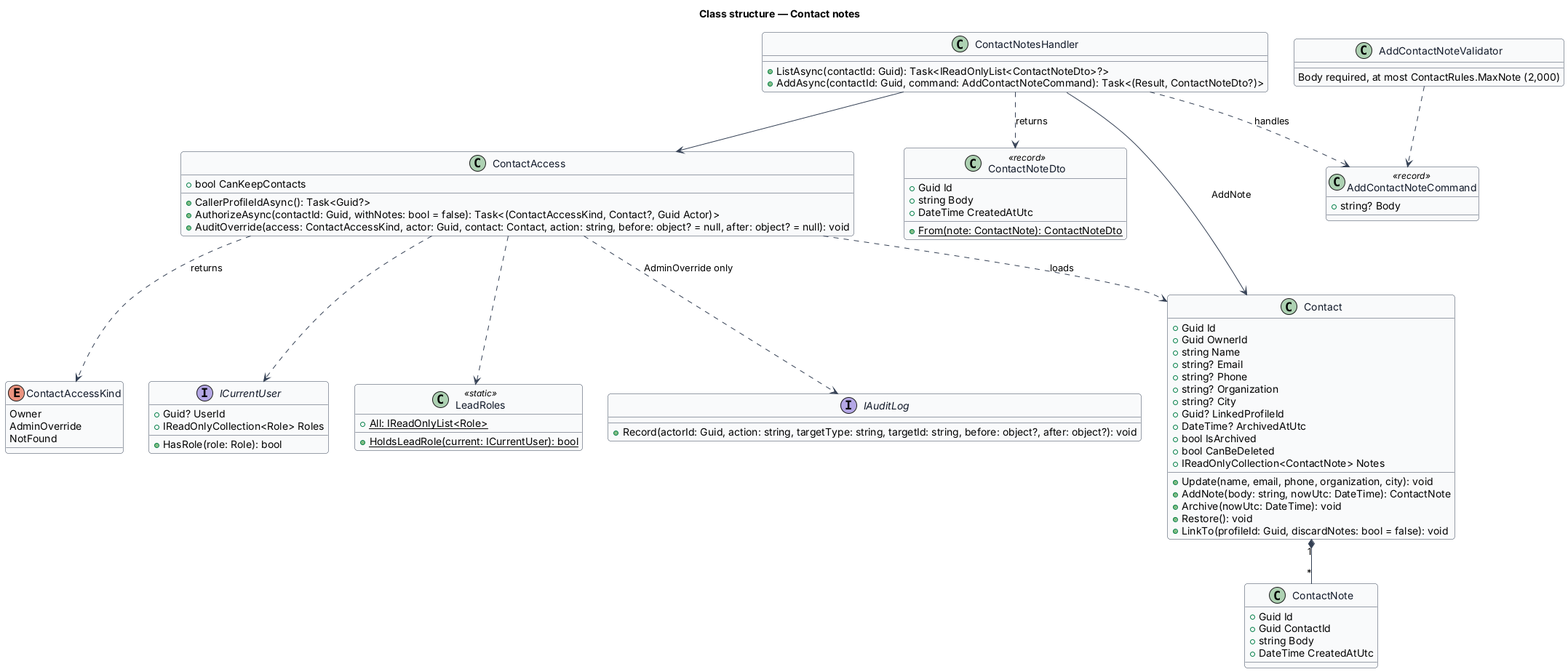
QuinntyneBrown/faithtech-community keeps this PlantUML diagram as docs/detailed-designs/contacts/contact-notes/diagrams/class-structure.png. Above is the earlier version. Its diagram source:
```plantuml
@startuml
skinparam backgroundColor #FFFFFF
skinparam shadowing false
skinparam roundcorner 8
skinparam defaultFontName Arial
skinparam ArrowColor #344054
skinparam class {
  BorderColor #344054
  FontColor #101828
  BackgroundColor #F9FAFB
}
title Class structure — Contact notes
class Contact {
  +Guid Id
  +Guid OwnerId
  +string Name
  +string? Email
  +string? Phone
  +string? Organization
  +string? City
  +Guid? LinkedProfileId
  +DateTime? ArchivedAtUtc
  +bool IsArchived
  +bool CanBeDeleted
  +IReadOnlyCollection<ContactNote> Notes
  +Update(name, email, phone, organization, city): void
  +AddNote(body: string, nowUtc: DateTime): ContactNote
  +Archive(nowUtc: DateTime): void
  +Restore(): void
  +LinkTo(profileId: Guid, discardNotes: bool = false): void
}
class ContactNote {
  +Guid Id
  +Guid ContactId
  +string Body
  +DateTime CreatedAtUtc
}
enum ContactAccessKind {
  Owner
  AdminOverride
  NotFound
}
class ContactAccess {
  +bool CanKeepContacts
  +CallerProfileIdAsync(): Task<Guid?>
  +AuthorizeAsync(contactId: Guid, withNotes: bool = false): Task<(ContactAccessKind, Contact?, Guid Actor)>
  +AuditOverride(access: ContactAccessKind, actor: Guid, contact: Contact, action: string, before: object? = null, after: object? = null): void
}
interface ICurrentUser {
  +Guid? UserId
  +IReadOnlyCollection<Role> Roles
  +HasRole(role: Role): bool
}
class LeadRoles <<static>> {
  +{static} All: IReadOnlyList<Role>
  +{static} HoldsLeadRole(current: ICurrentUser): bool
}
interface IAuditLog {
  +Record(actorId: Guid, action: string, targetType: string, targetId: string, before: object?, after: object?): void
}
Contact "1" *-- "*" ContactNote
ContactAccess ..> Contact : loads
ContactAccess ..> ContactAccessKind : returns
ContactAccess ..> ICurrentUser
ContactAccess ..> LeadRoles
ContactAccess ..> IAuditLog : AdminOverride only

class AddContactNoteCommand <<record>> {
  +string? Body
}
class AddContactNoteValidator {
  Body required, at most ContactRules.MaxNote (2,000)
}
class ContactNotesHandler {
  +ListAsync(contactId: Guid): Task<IReadOnlyList<ContactNoteDto>?>
  +AddAsync(contactId: Guid, command: AddContactNoteCommand): Task<(Result, ContactNoteDto?)>
}
class ContactNoteDto <<record>> {
  +Guid Id
  +string Body
  +DateTime CreatedAtUtc
  +{static} From(note: ContactNote): ContactNoteDto
}
AddContactNoteValidator ..> AddContactNoteCommand
ContactNotesHandler ..> AddContactNoteCommand : handles
ContactNotesHandler --> ContactAccess
ContactNotesHandler --> Contact : AddNote
ContactNotesHandler ..> ContactNoteDto : returns
@enduml
```
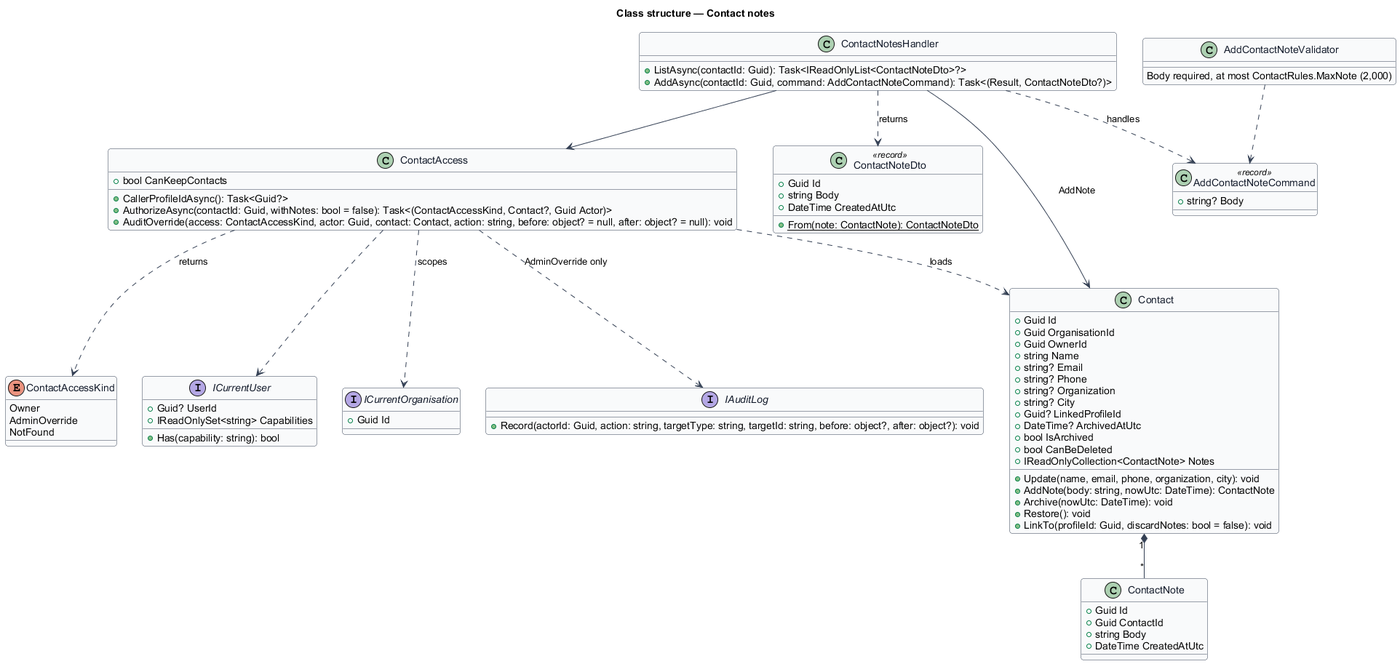
After the commit.

Change to the diagram source:
```diff
@@ -12,6 +12,7 @@
 title Class structure — Contact notes
 class Contact {
   +Guid Id
+  +Guid OrganisationId
   +Guid OwnerId
   +string Name
   +string? Email
@@ -48,12 +49,11 @@
 }
 interface ICurrentUser {
   +Guid? UserId
-  +IReadOnlyCollection<Role> Roles
-  +HasRole(role: Role): bool
+  +IReadOnlySet<string> Capabilities
+  +Has(capability: string): bool
 }
-class LeadRoles <<static>> {
-  +{static} All: IReadOnlyList<Role>
-  +{static} HoldsLeadRole(current: ICurrentUser): bool
+interface ICurrentOrganisation {
+  +Guid Id
 }
 interface IAuditLog {
   +Record(actorId: Guid, action: string, targetType: string, targetId: string, before: object?, after: object?): void
@@ -62,7 +62,7 @@
 ContactAccess ..> Contact : loads
 ContactAccess ..> ContactAccessKind : returns
 ContactAccess ..> ICurrentUser
-ContactAccess ..> LeadRoles
+ContactAccess ..> ICurrentOrganisation : scopes
 ContactAccess ..> IAuditLog : AdminOverride only
 
 class AddContactNoteCommand <<record>> {
```
